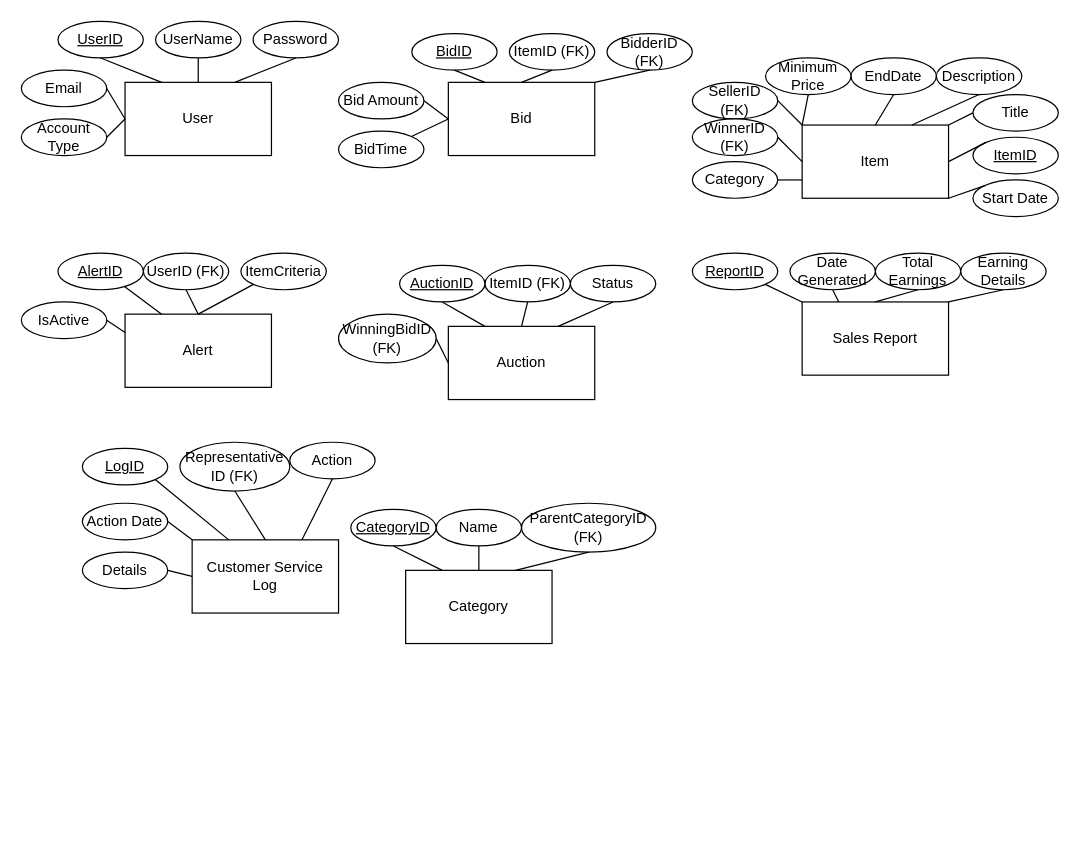
Swoopi/PrinInfo keeps this draw.io diagram as Project1ER.drawio. Above is the earlier version. Source tidied: cells renumbered, new cells numbered last; positions are measured from the earlier drawing's top-left corner, leaving out a move shared by most shapes. Both pictures are drawn from the tidied source at 122%, with x=0, y=0 at pixel (21, 21).
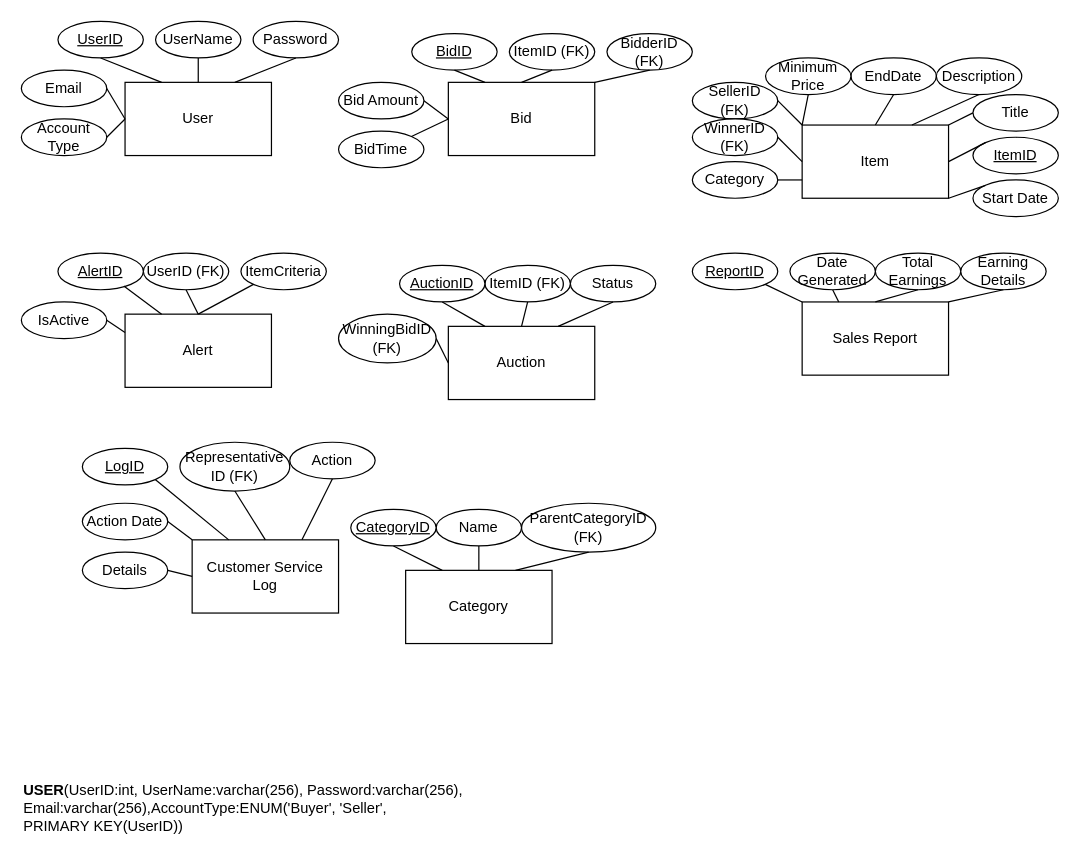
The same diagram, later.

Commit message:
Added Schema- User

Change to the diagram source:
```diff
@@
+    <mxCell id="88" value="&lt;b&gt;USER&lt;/b&gt;(UserID:int, UserName:varchar(256), Password:varchar(256), Email:varchar(256),AccountType:ENUM('Buyer', 'Seller',&lt;div&gt;PRIMARY KEY(UserID))&lt;/div&gt;" style="text;html=1;align=left;verticalAlign=middle;whiteSpace=wrap;rounded=0;" parent="1" vertex="1">
+      <mxGeometry y="620" width="415" height="50" as="geometry" />
+    </mxCell>
```
